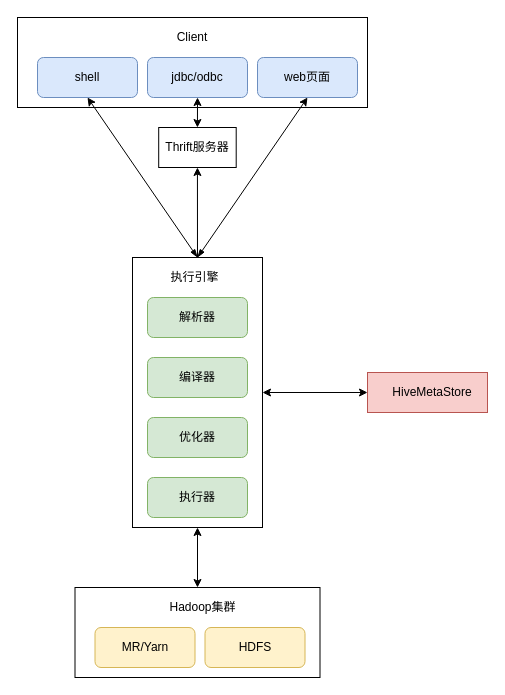
The draw.io diagram Hive架构图.drawio in LiuYongdun/drawio, before the edit. Source tidied: cells renumbered, new cells numbered last; positions are measured from the earlier drawing's top-left corner, leaving out a move shared by most shapes. Both pictures are drawn from the tidied source at 100%, with x=0, y=0 at pixel (17, 17).
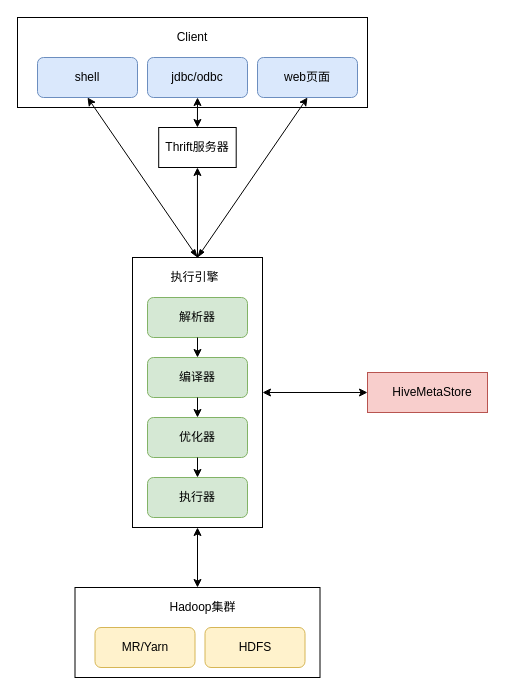
The same diagram, later.

Commit message:
更新Hive架构图.drawio

Unchanged cells that the change refers to:
```xml
<mxCell id="8" value="解析器" style="rounded=1;whiteSpace=wrap;html=1;fillColor=#d5e8d4;strokeColor=#82b366;" parent="1" vertex="1">
  <mxGeometry x="130" y="280" width="100" height="40" as="geometry" />
</mxCell>
<mxCell id="10" value="编译器" style="rounded=1;whiteSpace=wrap;html=1;fillColor=#d5e8d4;strokeColor=#82b366;" parent="1" vertex="1">
  <mxGeometry x="130" y="340" width="100" height="40" as="geometry" />
</mxCell>
<mxCell id="11" value="优化器" style="rounded=1;whiteSpace=wrap;html=1;fillColor=#d5e8d4;strokeColor=#82b366;" parent="1" vertex="1">
  <mxGeometry x="130" y="400" width="100" height="40" as="geometry" />
</mxCell>
<mxCell id="12" value="执行器" style="rounded=1;whiteSpace=wrap;html=1;fillColor=#d5e8d4;strokeColor=#82b366;" parent="1" vertex="1">
  <mxGeometry x="130" y="460" width="100" height="40" as="geometry" />
</mxCell>
```

Change to the diagram source:
```diff
@@
+    <mxCell id="26" style="endArrow=none;startArrow=classic;html=1;rounded=0;entryX=0.5;entryY=1;entryDx=0;entryDy=0;exitX=0.5;exitY=0;exitDx=0;exitDy=0;endFill=0;" parent="1" edge="1" source="10" target="8">
+      <mxGeometry relative="1" as="geometry" />
+    </mxCell>
+    <mxCell id="27" style="endArrow=none;startArrow=classic;html=1;rounded=0;entryX=0.5;entryY=1;entryDx=0;entryDy=0;exitX=0.5;exitY=0;exitDx=0;exitDy=0;endFill=0;" parent="1" edge="1" source="11" target="10">
+      <mxGeometry relative="1" as="geometry" />
+    </mxCell>
+    <mxCell id="28" style="endArrow=none;startArrow=classic;html=1;rounded=0;entryX=0.5;entryY=1;entryDx=0;entryDy=0;endFill=0;" parent="1" edge="1" source="12" target="11">
+      <mxGeometry relative="1" as="geometry" />
+    </mxCell>
```
